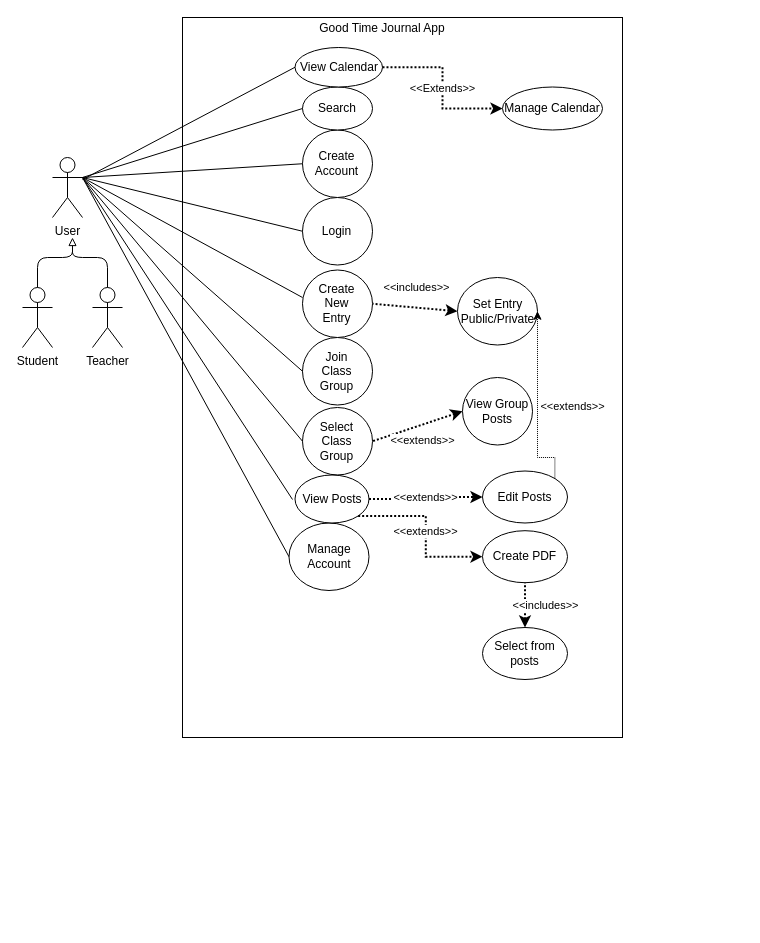
Earlier version of the draw.io diagram UseCase.drawio (VadathHeilsang/430DreamTeam). Source tidied: cells renumbered, new cells numbered last; positions are measured from the earlier drawing's top-left corner, leaving out a move shared by most shapes. Both pictures are drawn from the tidied source at 100%, with x=0, y=0 at pixel (22, 17).
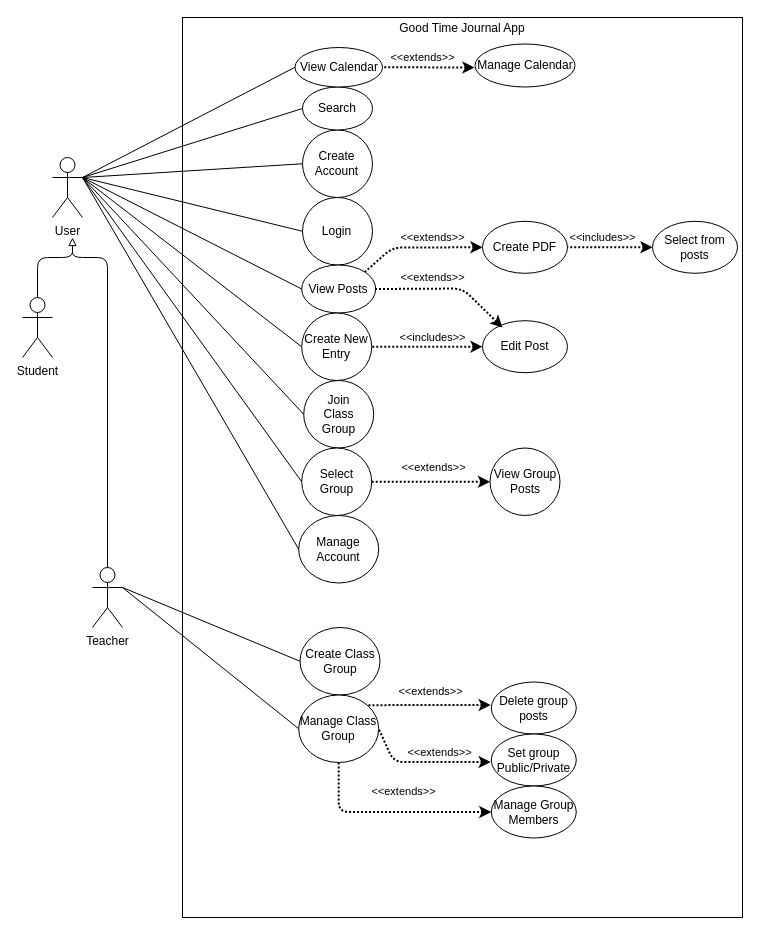
The same diagram, later.

Commit message:
Combined Teacher and User Use cases

The change refers to these unchanged cells:
```xml
<mxCell id="28" value="View Calendar" style="ellipse;whiteSpace=wrap;html=1;" parent="3" vertex="1">
  <mxGeometry x="112.5" y="30" width="87.5" height="39.5" as="geometry" />
</mxCell>
```

What changed in the source:
```diff
@@
     <mxCell id="2" style="group;" parent="1" vertex="1">
-      <mxGeometry x="310" y="100" width="290" height="632.8" as="geometry" />
+      <mxGeometry x="310" y="100" width="410" height="800" as="geometry" />
     </mxCell>
     <mxCell id="3" style="group;" parent="2" vertex="1">
-      <mxGeometry x="-150" y="-100" width="440" height="732.8" as="geometry" />
+      <mxGeometry x="-150" y="-100" width="560" height="900" as="geometry" />
     </mxCell>
     <mxCell id="4" style="rounded=0;whiteSpace=wrap;html=1;" parent="3" vertex="1">
-      <mxGeometry width="440" height="720" as="geometry" />
+      <mxGeometry width="560" height="900" as="geometry" />
     </mxCell>
     <mxCell id="5" value="Good Time Journal App" style="text;html=1;strokeColor=none;fillColor=none;align=center;verticalAlign=middle;whiteSpace=wrap;rounded=0;" parent="3" vertex="1">
-      <mxGeometry x="130" width="140" height="22.5" as="geometry" />
+      <mxGeometry x="210" width="140" height="22.5" as="geometry" />
     </mxCell>
-    <mxCell id="6" value="&amp;lt;&amp;lt;includes&amp;gt;&amp;gt;" style="endArrow=none;html=1;strokeWidth=2;startArrow=classic;startFill=1;entryX=1;entryY=0.5;entryDx=0;entryDy=0;exitX=0;exitY=0.5;exitDx=0;exitDy=0;dashed=1;dashPattern=1 1;" parent="3" edge="1" source="22" target="16">
-      <mxGeometry y="-20" relative="1" as="geometry" />
+    <mxCell id="6" value="&amp;lt;&amp;lt;includes&amp;gt;&amp;gt;" style="endArrow=none;html=1;strokeWidth=2;startArrow=classic;startFill=1;entryX=1;entryY=0.5;entryDx=0;entryDy=0;exitX=0;exitY=0.5;exitDx=0;exitDy=0;dashed=1;dashPattern=1 1;" parent="3" edge="1" source="34" target="16">
+      <mxGeometry x="-0.1" y="-9" relative="1" as="geometry" />
     </mxCell>
-    <mxCell id="7" style="group;" parent="3" vertex="1">
-      <mxGeometry x="120" y="320" width="70" height="67.5" as="geometry" />
-    </mxCell>
-    <mxCell id="8" style="ellipse;whiteSpace=wrap;html=1;" parent="7" vertex="1">
-      <mxGeometry width="70" height="67.5" as="geometry" />
-    </mxCell>
-    <mxCell id="9" value="Join Class Group" style="text;html=1;strokeColor=none;fillColor=none;align=center;verticalAlign=middle;whiteSpace=wrap;rounded=0;" parent="7" vertex="1">
-      <mxGeometry x="23.3" y="25.3" width="23.3" height="16.9" as="geometry" />
-    </mxCell>
     <mxCell id="10" value="&amp;lt;&amp;lt;extends&amp;gt;&amp;gt;" style="endArrow=none;html=1;strokeWidth=2;startArrow=classic;startFill=1;dashed=1;dashPattern=1 1;entryX=1;entryY=0.5;entryDx=0;entryDy=0;exitX=0;exitY=0.5;exitDx=0;exitDy=0;" parent="3" edge="1" source="31" target="13">
-      <mxGeometry x="-0.01" y="15" relative="1" as="geometry" />
+      <mxGeometry x="-0.03" y="-14" relative="1" as="geometry" />
     </mxCell>
     <mxCell id="11" value="Manage Account" style="ellipse;whiteSpace=wrap;html=1;" parent="3" vertex="1">
-      <mxGeometry x="106.5" y="505.5" width="80" height="67.5" as="geometry" />
+      <mxGeometry x="116.2" y="498" width="80" height="67.5" as="geometry" />
     </mxCell>
-    <mxCell id="12" style="group;" parent="3" vertex="1">
-      <mxGeometry x="120" y="390" width="70" height="67.5" as="geometry" />
-    </mxCell>
-    <mxCell id="13" style="ellipse;whiteSpace=wrap;html=1;" parent="12" vertex="1">
-      <mxGeometry width="70" height="67.5" as="geometry" />
-    </mxCell>
-    <mxCell id="14" value="Select Class Group" style="text;html=1;strokeColor=none;fillColor=none;align=center;verticalAlign=middle;whiteSpace=wrap;rounded=0;" parent="12" vertex="1">
-      <mxGeometry x="23.3" y="25.3" width="23.3" height="16.9" as="geometry" />
-    </mxCell>
-    <mxCell id="15" style="group;" parent="3" vertex="1">
-      <mxGeometry x="120" y="252.5" width="70" height="67.5" as="geometry" />
-    </mxCell>
-    <mxCell id="16" style="ellipse;whiteSpace=wrap;html=1;" parent="15" vertex="1">
-      <mxGeometry width="70" height="67.5" as="geometry" />
-    </mxCell>
-    <mxCell id="17" value="Create New Entry" style="text;html=1;strokeColor=none;fillColor=none;align=center;verticalAlign=middle;whiteSpace=wrap;rounded=0;" parent="15" vertex="1">
-      <mxGeometry x="23.3" y="25.3" width="23.3" height="16.9" as="geometry" />
-    </mxCell>
@@
-    <mxCell id="21" style="group;" parent="3" vertex="1">
-      <mxGeometry x="275" y="260" width="80" height="67.5" as="geometry" />
-    </mxCell>
-    <mxCell id="22" style="ellipse;whiteSpace=wrap;html=1;" parent="21" vertex="1">
-      <mxGeometry width="80" height="67.5" as="geometry" />
-    </mxCell>
-    <mxCell id="23" value="&lt;div&gt;Set Entry Public/Private&lt;/div&gt;" style="text;html=1;strokeColor=none;fillColor=none;align=center;verticalAlign=middle;whiteSpace=wrap;rounded=0;" parent="21" vertex="1">
-      <mxGeometry x="26.7" y="25.3" width="26.7" height="16.9" as="geometry" />
-    </mxCell>
@@
-    <mxCell id="29" value="&amp;lt;&amp;lt;Extends&amp;gt;&amp;gt;" style="edgeStyle=orthogonalEdgeStyle;rounded=0;jettySize=auto;html=1;dashed=1;dashPattern=1 1;endArrow=classic;endFill=1;strokeColor=#000000;strokeWidth=2;entryX=0;entryY=0.5;entryDx=0;entryDy=0;exitX=1;exitY=0.5;exitDx=0;exitDy=0;" parent="3" edge="1" source="28" target="30">
-      <mxGeometry relative="1" as="geometry" />
-    </mxCell>
     <mxCell id="30" value="Manage Calendar" style="ellipse;whiteSpace=wrap;html=1;" parent="3" vertex="1">
-      <mxGeometry x="320" y="69.5" width="100" height="43" as="geometry" />
+      <mxGeometry x="292.5" y="26.5" width="100" height="43" as="geometry" />
     </mxCell>
     <mxCell id="31" value="View Group Posts" style="ellipse;whiteSpace=wrap;html=1;" parent="3" vertex="1">
-      <mxGeometry x="280" y="360" width="70" height="67.5" as="geometry" />
+      <mxGeometry x="307.5" y="430.5" width="70" height="67.5" as="geometry" />
     </mxCell>
     <mxCell id="32" value="View Posts" style="ellipse;whiteSpace=wrap;html=1;" parent="3" vertex="1">
-      <mxGeometry x="112.5" y="457.5" width="74" height="48" as="geometry" />
+      <mxGeometry x="119.2" y="247.5" width="74" height="48" as="geometry" />
     </mxCell>
-    <mxCell id="33" value="&amp;lt;&amp;lt;extends&amp;gt;&amp;gt;" style="edgeStyle=orthogonalEdgeStyle;rounded=0;jettySize=auto;html=1;dashed=1;dashPattern=1 1;endArrow=classic;endFill=1;strokeColor=#000000;strokeWidth=2;entryX=0;entryY=0.5;entryDx=0;entryDy=0;exitX=1;exitY=0.5;exitDx=0;exitDy=0;" parent="3" edge="1" source="32" target="34">
-      <mxGeometry relative="1" as="geometry" />
-    </mxCell>
-    <mxCell id="34" value="Edit Posts" style="ellipse;whiteSpace=wrap;html=1;" parent="3" vertex="1">
-      <mxGeometry x="300" y="453.5" width="85" height="52" as="geometry" />
+    <mxCell id="34" value="Edit Post" style="ellipse;whiteSpace=wrap;html=1;" parent="3" vertex="1">
+      <mxGeometry x="300" y="303.2" width="85" height="52" as="geometry" />
     </mxCell>
-    <mxCell id="35" value="&amp;lt;&amp;lt;extends&amp;gt;&amp;gt;" style="edgeStyle=orthogonalEdgeStyle;rounded=0;jettySize=auto;html=1;endArrow=classic;endFill=1;strokeWidth=1;dashed=1;dashPattern=1 1;entryX=1;entryY=0.5;entryDx=0;entryDy=0;exitX=1;exitY=0;exitDx=0;exitDy=0;" parent="3" edge="1" source="34" target="22">
-      <mxGeometry x="-0.04" y="-35" relative="1" as="geometry">
-        <Array as="points">
-          <mxPoint x="373" y="440" />
-          <mxPoint x="355" y="440" />
-        </Array>
-      </mxGeometry>
-    </mxCell>
     <mxCell id="36" value="Create PDF" style="ellipse;whiteSpace=wrap;html=1;" parent="3" vertex="1">
-      <mxGeometry x="300" y="513.2" width="85" height="52" as="geometry" />
+      <mxGeometry x="300" y="203.8" width="85" height="52" as="geometry" />
     </mxCell>
+    <mxCell id="54" value="&amp;lt;&amp;lt;extends&amp;gt;&amp;gt;" style="endArrow=none;html=1;strokeWidth=2;startArrow=classic;startFill=1;entryX=1;entryY=0.5;entryDx=0;entryDy=0;dashed=1;dashPattern=1 1;" parent="3" edge="1" target="28">
+      <mxGeometry x="0.13" y="-10" relative="1" as="geometry">
+        <mxPoint x="292" y="50" as="sourcePoint" />
+      </mxGeometry>
+    </mxCell>
+    <mxCell id="55" value="&amp;lt;&amp;lt;extends&amp;gt;&amp;gt;" style="endArrow=none;html=1;strokeWidth=2;startArrow=classic;startFill=1;dashed=1;dashPattern=1 1;entryX=1;entryY=0.5;entryDx=0;entryDy=0;" parent="3" edge="1" target="32">
+      <mxGeometry x="0.2" y="-11" relative="1" as="geometry">
+        <mxPoint x="320" y="310" as="sourcePoint" />
+        <Array as="points">
+          <mxPoint x="280" y="271" />
+        </Array>
+      </mxGeometry>
+    </mxCell>
+    <mxCell id="56" value="&amp;lt;&amp;lt;extends&amp;gt;&amp;gt;" style="endArrow=none;html=1;strokeWidth=2;startArrow=classic;startFill=1;exitX=0;exitY=0.5;exitDx=0;exitDy=0;dashed=1;dashPattern=1 1;entryX=1;entryY=0;entryDx=0;entryDy=0;" parent="3" edge="1" source="36" target="32">
+      <mxGeometry x="-0.21" y="-10" relative="1" as="geometry">
+        <Array as="points">
+          <mxPoint x="210" y="230" />
+        </Array>
+      </mxGeometry>
+    </mxCell>
     <mxCell id="37" value="Select from posts" style="ellipse;whiteSpace=wrap;html=1;" parent="3" vertex="1">
-      <mxGeometry x="300" y="610" width="85" height="52" as="geometry" />
+      <mxGeometry x="470" y="203.8" width="85" height="52" as="geometry" />
     </mxCell>
-    <mxCell id="38" value="&amp;lt;&amp;lt;includes&amp;gt;&amp;gt;" style="endArrow=none;html=1;strokeWidth=2;startArrow=classic;startFill=1;entryX=0.5;entryY=1;entryDx=0;entryDy=0;exitX=0.5;exitY=0;exitDx=0;exitDy=0;dashed=1;dashPattern=1 1;" parent="3" edge="1" source="37" target="36">
-      <mxGeometry y="-20" relative="1" as="geometry" />
+    <mxCell id="38" value="&amp;lt;&amp;lt;includes&amp;gt;&amp;gt;" style="endArrow=none;html=1;strokeWidth=2;startArrow=classic;startFill=1;entryX=1;entryY=0.5;entryDx=0;entryDy=0;exitX=0;exitY=0.5;exitDx=0;exitDy=0;dashed=1;dashPattern=1 1;" parent="3" edge="1" source="37" target="36">
+      <mxGeometry x="0.18" y="-10" relative="1" as="geometry" />
     </mxCell>
-    <mxCell id="39" value="&amp;lt;&amp;lt;extends&amp;gt;&amp;gt;" style="edgeStyle=orthogonalEdgeStyle;rounded=0;jettySize=auto;html=1;dashed=1;dashPattern=1 1;endArrow=classic;endFill=1;strokeColor=#000000;strokeWidth=2;entryX=0;entryY=0.5;entryDx=0;entryDy=0;exitX=1;exitY=1;exitDx=0;exitDy=0;" parent="3" edge="1" source="32" target="36">
-      <mxGeometry relative="1" as="geometry" />
-    </mxCell>
-    <mxCell id="40" value="User" style="shape=umlActor;verticalLabelPosition=bottom;verticalAlign=top;html=1;outlineConnect=0;" parent="1" vertex="1">
-      <mxGeometry x="30" y="140" width="30" height="60" as="geometry" />
-    </mxCell>
+    <mxCell id="16" value="Create New Entry" style="ellipse;whiteSpace=wrap;html=1;" parent="3" vertex="1">
+      <mxGeometry x="119.2" y="295.5" width="70" height="67.5" as="geometry" />
+    </mxCell>
+    <mxCell id="7" style="group;" parent="3" vertex="1">
+      <mxGeometry x="121.2" y="363" width="70" height="67.5" as="geometry" />
+    </mxCell>
+    <mxCell id="8" style="ellipse;whiteSpace=wrap;html=1;" parent="7" vertex="1">
+      <mxGeometry width="70" height="67.5" as="geometry" />
+    </mxCell>
+    <mxCell id="9" value="Join Class Group" style="text;html=1;strokeColor=none;fillColor=none;align=center;verticalAlign=middle;whiteSpace=wrap;rounded=0;" parent="7" vertex="1">
+      <mxGeometry x="23.3" y="25.3" width="23.3" height="16.9" as="geometry" />
+    </mxCell>
+    <mxCell id="12" style="group;" parent="3" vertex="1">
+      <mxGeometry x="119.2" y="430.5" width="70" height="67.5" as="geometry" />
+    </mxCell>
+    <mxCell id="13" style="ellipse;whiteSpace=wrap;html=1;" parent="12" vertex="1">
+      <mxGeometry width="70" height="67.5" as="geometry" />
+    </mxCell>
+    <mxCell id="14" value="Select Group" style="text;html=1;strokeColor=none;fillColor=none;align=center;verticalAlign=middle;whiteSpace=wrap;rounded=0;" parent="12" vertex="1">
+      <mxGeometry x="23.3" y="25.3" width="23.3" height="16.9" as="geometry" />
+    </mxCell>
+    <mxCell id="57" style="edgeStyle=orthogonalEdgeStyle;rounded=0;orthogonalLoop=1;jettySize=auto;html=1;exitX=0.5;exitY=1;exitDx=0;exitDy=0;" parent="3" edge="1" source="4" target="4">
+      <mxGeometry relative="1" as="geometry" />
+    </mxCell>
+    <mxCell id="58" value="Create Class Group" style="ellipse;whiteSpace=wrap;html=1;" parent="3" vertex="1">
+      <mxGeometry x="117.5" y="610" width="80" height="67.5" as="geometry" />
+    </mxCell>
+    <mxCell id="59" value="Manage Class Group" style="ellipse;whiteSpace=wrap;html=1;" parent="3" vertex="1">
+      <mxGeometry x="116.2" y="677.5" width="80" height="67.5" as="geometry" />
+    </mxCell>
+    <mxCell id="60" value="Delete group posts" style="ellipse;whiteSpace=wrap;html=1;" parent="3" vertex="1">
+      <mxGeometry x="308.8" y="664.5" width="85" height="52" as="geometry" />
+    </mxCell>
+    <mxCell id="61" value="Set group Public/Private" style="ellipse;whiteSpace=wrap;html=1;" parent="3" vertex="1">
+      <mxGeometry x="308.8" y="716.5" width="85" height="52" as="geometry" />
+    </mxCell>
+    <mxCell id="62" value="Manage Group Members" style="ellipse;whiteSpace=wrap;html=1;" parent="3" vertex="1">
+      <mxGeometry x="308.8" y="768.5" width="85" height="52" as="geometry" />
+    </mxCell>
+    <mxCell id="63" value="&amp;lt;&amp;lt;extends&amp;gt;&amp;gt;" style="endArrow=none;html=1;strokeWidth=2;startArrow=classic;startFill=1;dashed=1;dashPattern=1 1;entryX=1;entryY=0;entryDx=0;entryDy=0;" parent="3" edge="1" target="59">
+      <mxGeometry x="-0.03" y="-14" relative="1" as="geometry">
+        <mxPoint x="308.2" y="687.5" as="sourcePoint" />
+      </mxGeometry>
+    </mxCell>
+    <mxCell id="64" value="&amp;lt;&amp;lt;extends&amp;gt;&amp;gt;" style="endArrow=none;html=1;strokeWidth=2;startArrow=classic;startFill=1;dashed=1;dashPattern=1 1;exitX=0;exitY=0.5;exitDx=0;exitDy=0;entryX=0.5;entryY=1;entryDx=0;entryDy=0;" parent="3" edge="1" source="62" target="59">
+      <mxGeometry x="-0.13" y="-21" relative="1" as="geometry">
+        <Array as="points">
+          <mxPoint x="156.2" y="794.5" />
+        </Array>
+      </mxGeometry>
+    </mxCell>
+    <mxCell id="65" value="&amp;lt;&amp;lt;extends&amp;gt;&amp;gt;" style="endArrow=none;html=1;strokeWidth=2;startArrow=classic;startFill=1;dashed=1;dashPattern=1 1;entryX=1;entryY=0.5;entryDx=0;entryDy=0;" parent="3" edge="1" target="59">
+      <mxGeometry x="-0.24" y="-10" relative="1" as="geometry">
+        <mxPoint x="308.2" y="744.5" as="sourcePoint" />
+        <Array as="points">
+          <mxPoint x="211.2" y="744.5" />
+        </Array>
+      </mxGeometry>
+    </mxCell>
@@
-    <mxCell id="42" style="endArrow=none;html=1;entryX=0;entryY=0.5;entryDx=0;entryDy=0;" parent="1" edge="1" source="40" target="28">
+    <mxCell id="42" style="endArrow=none;html=1;entryX=0;entryY=0.5;entryDx=0;entryDy=0;exitX=1;exitY=0.3333333333333333;exitDx=0;exitDy=0;exitPerimeter=0;" parent="1" edge="1" source="40" target="28">
       <mxGeometry relative="1" as="geometry" />
     </mxCell>
@@
-    <mxCell id="46" style="endArrow=none;html=1;exitX=1;exitY=0.3333333333333333;exitDx=0;exitDy=0;exitPerimeter=0;" parent="1" edge="1" source="40">
+    <mxCell id="46" style="endArrow=none;html=1;entryX=0;entryY=0.5;entryDx=0;entryDy=0;" parent="1" edge="1" target="32">
       <mxGeometry relative="1" as="geometry">
-        <mxPoint x="270" y="482" as="targetPoint" />
+        <mxPoint x="60" y="160" as="sourcePoint" />
       </mxGeometry>
     </mxCell>
@@
-    <mxCell id="49" style="endArrow=none;html=1;exitX=1;exitY=0.3333333333333333;exitDx=0;exitDy=0;exitPerimeter=0;" parent="1" edge="1" source="40">
+    <mxCell id="49" style="endArrow=none;html=1;entryX=0;entryY=0.5;entryDx=0;entryDy=0;" parent="1" edge="1" target="16">
       <mxGeometry relative="1" as="geometry">
-        <mxPoint x="280" y="280" as="targetPoint" />
+        <mxPoint x="60" y="160" as="sourcePoint" />
       </mxGeometry>
     </mxCell>
+    <mxCell id="40" value="User" style="shape=umlActor;verticalLabelPosition=bottom;verticalAlign=top;html=1;outlineConnect=0;" parent="1" vertex="1">
+      <mxGeometry x="30" y="140" width="30" height="60" as="geometry" />
+    </mxCell>
     <mxCell id="50" value="Student" style="shape=umlActor;verticalLabelPosition=bottom;verticalAlign=top;html=1;outlineConnect=0;" parent="1" vertex="1">
-      <mxGeometry y="270" width="30" height="60" as="geometry" />
+      <mxGeometry y="280" width="30" height="60" as="geometry" />
     </mxCell>
     <mxCell id="51" value="Teacher" style="shape=umlActor;verticalLabelPosition=bottom;verticalAlign=top;html=1;outlineConnect=0;" parent="1" vertex="1">
-      <mxGeometry x="70" y="270" width="30" height="60" as="geometry" />
+      <mxGeometry x="70" y="550" width="30" height="60" as="geometry" />
     </mxCell>
-    <mxCell id="52" style="endArrow=block;html=1;endFill=0;exitX=0.5;exitY=0;exitDx=0;exitDy=0;exitPerimeter=0;" parent="1" edge="1" source="50">
-      <mxGeometry relative="1" as="geometry">
-        <mxPoint x="50" y="220" as="targetPoint" />
-        <Array as="points">
-          <mxPoint x="15" y="240" />
-          <mxPoint x="50" y="240" />
-        </Array>
-      </mxGeometry>
-    </mxCell>
-    <mxCell id="53" style="endArrow=none;html=1;exitX=0.5;exitY=0;exitDx=0;exitDy=0;exitPerimeter=0;" parent="1" edge="1" source="51">
-      <mxGeometry relative="1" as="geometry">
-        <mxPoint x="50" y="230" as="targetPoint" />
-        <Array as="points">
-          <mxPoint x="85" y="240" />
-          <mxPoint x="50" y="240" />
-        </Array>
-      </mxGeometry>
-    </mxCell>
+    <mxCell id="66" style="endArrow=block;html=1;endFill=0;exitX=0.5;exitY=0;exitDx=0;exitDy=0;exitPerimeter=0;" parent="1" edge="1" source="50">
+      <mxGeometry relative="1" as="geometry">
+        <mxPoint x="50" y="220" as="targetPoint" />
+        <Array as="points">
+          <mxPoint x="15" y="240" />
+          <mxPoint x="50" y="240" />
+        </Array>
+      </mxGeometry>
+    </mxCell>
+    <mxCell id="67" style="endArrow=none;html=1;exitX=0.5;exitY=0;exitDx=0;exitDy=0;exitPerimeter=0;" parent="1" edge="1" source="51">
+      <mxGeometry relative="1" as="geometry">
+        <mxPoint x="50" y="230" as="targetPoint" />
+        <Array as="points">
+          <mxPoint x="85" y="240" />
+          <mxPoint x="50" y="240" />
+        </Array>
+      </mxGeometry>
+    </mxCell>
+    <mxCell id="68" style="endArrow=none;html=1;exitX=1;exitY=0.3333333333333333;exitDx=0;exitDy=0;exitPerimeter=0;entryX=0;entryY=0.5;entryDx=0;entryDy=0;" parent="1" edge="1" source="51" target="58">
+      <mxGeometry relative="1" as="geometry" />
+    </mxCell>
+    <mxCell id="69" style="endArrow=none;html=1;entryX=0;entryY=0.5;entryDx=0;entryDy=0;exitX=1;exitY=0.3333333333333333;exitDx=0;exitDy=0;exitPerimeter=0;" parent="1" edge="1" source="51" target="59">
+      <mxGeometry relative="1" as="geometry" />
+    </mxCell>
```
